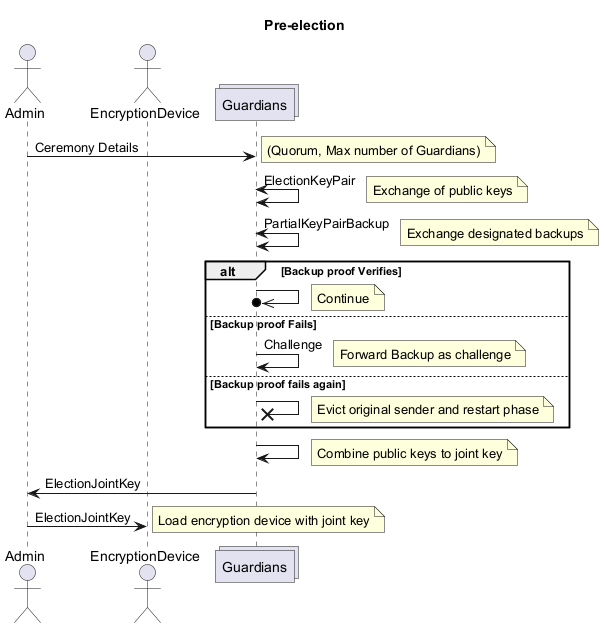
Above: docs/thesis/abbildungen/Diagramme/communication-seq0.png in Mudderschiff/IoT-election (PlantUML), before the change.
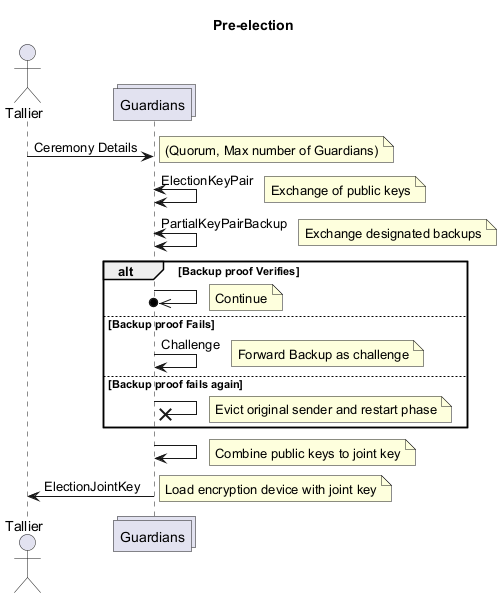
The same file after the commit.

Change to the diagram source:
```diff
@@ -1,12 +1,9 @@
 @startuml
 hide unlinked
-actor Admin as A
-actor EncryptionDevice as E
+actor Tallier as T
 collections Guardians as G
-actor Voter as V
-actor ThirdParties as T
 title Pre-election
-A -> G : Ceremony Details
+T -> G : Ceremony Details
 note right: (Quorum, Max number of Guardians)
 G <-> G : ElectionKeyPair
 note right: Exchange of public keys
@@ -24,7 +21,6 @@
 end
 G -> G :
 note right: Combine public keys to joint key
-G -> A : ElectionJointKey
-A -> E : ElectionJointKey
+G -> T : ElectionJointKey
 note right: Load encryption device with joint key
 @enduml
```
